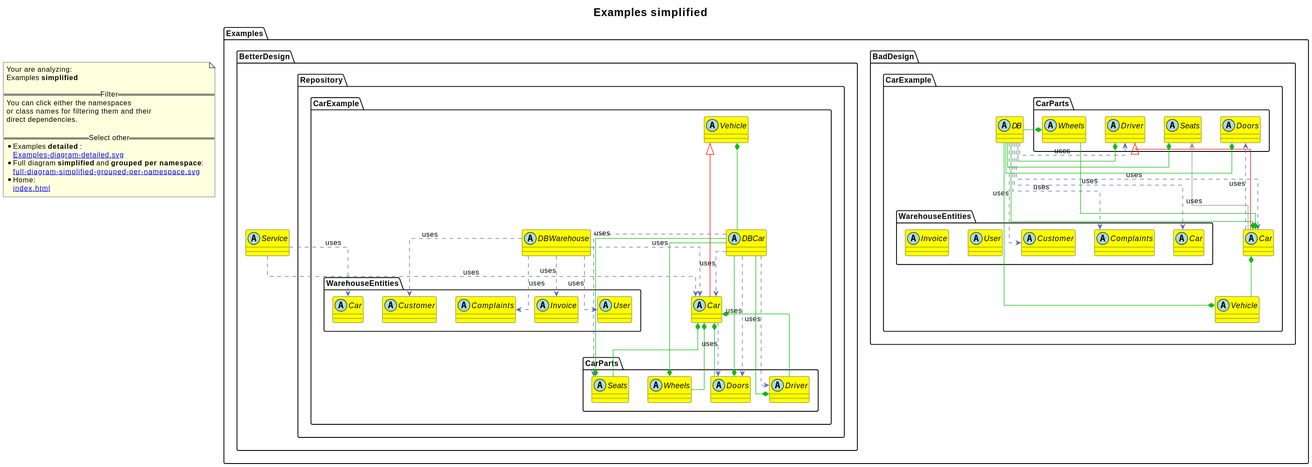
This is revenger-csharp-adapter.out/Examples-diagram-simplified.svg from 2BlackCoffees/revenger, a PlantUML export, as it was before one commit. The source it was exported from:
```plantuml
@startuml
skinparam linetype ortho
title <size:20>Examples **simplified** </size>
note "Your are analyzing:\nExamples **simplified** \n\n==Filter==\nYou can click either the namespaces \nor class names for filtering them and their\ndirect dependencies.\n\n==Select other==\n* Examples **detailed** :\n   [[Examples-diagram-detailed.svg]]\n* Full diagram **simplified** and **grouped per namespace**:\n   [[full-diagram-simplified-grouped-per-namespace.svg]]\n* Home:\n   [[index.html]]" as FloatingNote
    abstract class Examples.BadDesign.CarExample.DB [[Examples.BadDesign.CarExample.DB-diagram-simplified.svg]] #yellow {
    }
    abstract class Examples.BadDesign.CarExample.Car [[Examples.BadDesign.CarExample.Car-diagram-simplified.svg]] #yellow {
    }
    abstract class Examples.BadDesign.CarExample.Vehicle [[Examples.BadDesign.CarExample.Vehicle-diagram-simplified.svg]] #yellow {
    }
      abstract class Examples.BadDesign.CarExample.CarParts.Driver [[Examples.BadDesign.CarExample.CarParts.Driver-diagram-simplified.svg]] #yellow {
      }
      abstract class Examples.BadDesign.CarExample.CarParts.Wheels [[Examples.BadDesign.CarExample.CarParts.Wheels-diagram-simplified.svg]] #yellow {
      }
      abstract class Examples.BadDesign.CarExample.CarParts.Doors [[Examples.BadDesign.CarExample.CarParts.Doors-diagram-simplified.svg]] #yellow {
      }
      abstract class Examples.BadDesign.CarExample.CarParts.Seats [[Examples.BadDesign.CarExample.CarParts.Seats-diagram-simplified.svg]] #yellow {
      }
      abstract class Examples.BadDesign.CarExample.WarehouseEntities.Car [[Examples.BadDesign.CarExample.WarehouseEntities.Car-diagram-simplified.svg]] #yellow {
      }
      abstract class Examples.BadDesign.CarExample.WarehouseEntities.Complaints [[Examples.BadDesign.CarExample.WarehouseEntities.Complaints-diagram-simplified.svg]] #yellow {
      }
      abstract class Examples.BadDesign.CarExample.WarehouseEntities.Customer [[Examples.BadDesign.CarExample.WarehouseEntities.Customer-diagram-simplified.svg]] #yellow {
      }
      abstract class Examples.BadDesign.CarExample.WarehouseEntities.User [[Examples.BadDesign.CarExample.WarehouseEntities.User-diagram-simplified.svg]] #yellow {
      }
      abstract class Examples.BadDesign.CarExample.WarehouseEntities.Invoice [[Examples.BadDesign.CarExample.WarehouseEntities.Invoice-diagram-simplified.svg]] #yellow {
      }
  abstract class Examples.BetterDesign.Service [[Examples.BetterDesign.Service-diagram-simplified.svg]] #yellow {
  }
      abstract class Examples.BetterDesign.Repository.CarExample.Car [[Examples.BetterDesign.Repository.CarExample.Car-diagram-simplified.svg]] #yellow {
      }
      abstract class Examples.BetterDesign.Repository.CarExample.DBCar [[Examples.BetterDesign.Repository.CarExample.DBCar-diagram-simplified.svg]] #yellow {
      }
      abstract class Examples.BetterDesign.Repository.CarExample.DBWarehouse [[Examples.BetterDesign.Repository.CarExample.DBWarehouse-diagram-simplified.svg]] #yellow {
      }
      abstract class Examples.BetterDesign.Repository.CarExample.Vehicle [[Examples.BetterDesign.Repository.CarExample.Vehicle-diagram-simplified.svg]] #yellow {
      }
        abstract class Examples.BetterDesign.Repository.CarExample.CarParts.Driver [[Examples.BetterDesign.Repository.CarExample.CarParts.Driver-diagram-simplified.svg]] #yellow {
        }
        abstract class Examples.BetterDesign.Repository.CarExample.CarParts.Seats [[Examples.BetterDesign.Repository.CarExample.CarParts.Seats-diagram-simplified.svg]] #yellow {
        }
        abstract class Examples.BetterDesign.Repository.CarExample.CarParts.Doors [[Examples.BetterDesign.Repository.CarExample.CarParts.Doors-diagram-simplified.svg]] #yellow {
        }
        abstract class Examples.BetterDesign.Repository.CarExample.CarParts.Wheels [[Examples.BetterDesign.Repository.CarExample.CarParts.Wheels-diagram-simplified.svg]] #yellow {
        }
        abstract class Examples.BetterDesign.Repository.CarExample.WarehouseEntities.Car [[Examples.BetterDesign.Repository.CarExample.WarehouseEntities.Car-diagram-simplified.svg]] #yellow {
        }
        abstract class Examples.BetterDesign.Repository.CarExample.WarehouseEntities.Invoice [[Examples.BetterDesign.Repository.CarExample.WarehouseEntities.Invoice-diagram-simplified.svg]] #yellow {
        }
        abstract class Examples.BetterDesign.Repository.CarExample.WarehouseEntities.Complaints [[Examples.BetterDesign.Repository.CarExample.WarehouseEntities.Complaints-diagram-simplified.svg]] #yellow {
        }
        abstract class Examples.BetterDesign.Repository.CarExample.WarehouseEntities.Customer [[Examples.BetterDesign.Repository.CarExample.WarehouseEntities.Customer-diagram-simplified.svg]] #yellow {
        }
        abstract class Examples.BetterDesign.Repository.CarExample.WarehouseEntities.User [[Examples.BetterDesign.Repository.CarExample.WarehouseEntities.User-diagram-simplified.svg]] #yellow {
        }
Examples.BadDesign.CarExample.DB .[#6060BB].> Examples.BadDesign.CarExample.WarehouseEntities.Car  : uses
Examples.BadDesign.CarExample.DB .[#6060BB].> Examples.BadDesign.CarExample.WarehouseEntities.Complaints  : uses
Examples.BadDesign.CarExample.DB .[#6060BB].> Examples.BadDesign.CarExample.WarehouseEntities.Customer  : uses
Examples.BadDesign.CarExample.DB .[#6060BB].> Examples.BadDesign.CarExample.CarParts.Driver  : uses
Examples.BadDesign.CarExample.DB .[#6060BB].> Examples.BadDesign.CarExample.Car  : uses
Examples.BadDesign.CarExample.CarParts.Driver <|-[#red]- Examples.BadDesign.CarExample.Car
Examples.BadDesign.CarExample.Car *-[#10BB10]- Examples.BadDesign.CarExample.CarParts.Wheels
Examples.BadDesign.CarExample.Car *-[#10BB10]- Examples.BadDesign.CarExample.Vehicle
Examples.BadDesign.CarExample.Car *-[#10BB10]- Examples.BadDesign.CarExample.DB
Examples.BadDesign.CarExample.Car .[#6060BB].> Examples.BadDesign.CarExample.CarParts.Doors  : uses
Examples.BadDesign.CarExample.Car -[#909090]-> Examples.BadDesign.CarExample.CarParts.Seats  : uses
Examples.BadDesign.CarExample.Vehicle *-[#10BB10]- Examples.BadDesign.CarExample.DB
Examples.BadDesign.CarExample.CarParts.Driver *-[#10BB10]- Examples.BadDesign.CarExample.DB
Examples.BadDesign.CarExample.CarParts.Wheels *-[#10BB10]- Examples.BadDesign.CarExample.DB
Examples.BadDesign.CarExample.CarParts.Doors *-[#10BB10]- Examples.BadDesign.CarExample.DB
Examples.BadDesign.CarExample.CarParts.Seats *-[#10BB10]- Examples.BadDesign.CarExample.DB
Examples.BetterDesign.Service .[#6060BB].> Examples.BetterDesign.Repository.CarExample.Car  : uses
Examples.BetterDesign.Service .[#6060BB].> Examples.BetterDesign.Repository.CarExample.WarehouseEntities.Car  : uses
Examples.BetterDesign.Repository.CarExample.Vehicle <|-[#red]- Examples.BetterDesign.Repository.CarExample.Car
Examples.BetterDesign.Repository.CarExample.Car *-[#10BB10]- Examples.BetterDesign.Repository.CarExample.CarParts.Wheels
Examples.BetterDesign.Repository.CarExample.Car *-[#10BB10]- Examples.BetterDesign.Repository.CarExample.CarParts.Seats
Examples.BetterDesign.Repository.CarExample.Car *-[#10BB10]- Examples.BetterDesign.Repository.CarExample.CarParts.Driver
Examples.BetterDesign.Repository.CarExample.Car *-[#10BB10]- Examples.BetterDesign.Repository.CarExample.CarParts.Doors
Examples.BetterDesign.Repository.CarExample.Car .[#6060BB].> Examples.BetterDesign.Repository.CarExample.CarParts.Doors  : uses
Examples.BetterDesign.Repository.CarExample.DBCar .[#6060BB].> Examples.BetterDesign.Repository.CarExample.CarParts.Driver  : uses
Examples.BetterDesign.Repository.CarExample.DBCar .[#6060BB].> Examples.BetterDesign.Repository.CarExample.Car  : uses
Examples.BetterDesign.Repository.CarExample.DBCar .[#6060BB].> Examples.BetterDesign.Repository.CarExample.CarParts.Seats  : uses
Examples.BetterDesign.Repository.CarExample.DBCar .[#6060BB].> Examples.BetterDesign.Repository.CarExample.CarParts.Doors  : uses
Examples.BetterDesign.Repository.CarExample.DBWarehouse .[#6060BB].> Examples.BetterDesign.Repository.CarExample.WarehouseEntities.Invoice  : uses
Examples.BetterDesign.Repository.CarExample.DBWarehouse .[#6060BB].> Examples.BetterDesign.Repository.CarExample.WarehouseEntities.Complaints  : uses
Examples.BetterDesign.Repository.CarExample.DBWarehouse .[#6060BB].> Examples.BetterDesign.Repository.CarExample.WarehouseEntities.Customer  : uses
Examples.BetterDesign.Repository.CarExample.DBWarehouse .[#6060BB].> Examples.BetterDesign.Repository.CarExample.Car  : uses
Examples.BetterDesign.Repository.CarExample.DBWarehouse .[#6060BB].> Examples.BetterDesign.Repository.CarExample.WarehouseEntities.User  : uses
Examples.BetterDesign.Repository.CarExample.Vehicle *-[#10BB10]- Examples.BetterDesign.Repository.CarExample.DBCar
Examples.BetterDesign.Repository.CarExample.CarParts.Driver *-[#10BB10]- Examples.BetterDesign.Repository.CarExample.DBCar
Examples.BetterDesign.Repository.CarExample.CarParts.Seats *-[#10BB10]- Examples.BetterDesign.Repository.CarExample.DBCar
Examples.BetterDesign.Repository.CarExample.CarParts.Doors *-[#10BB10]- Examples.BetterDesign.Repository.CarExample.DBCar
Examples.BetterDesign.Repository.CarExample.CarParts.Wheels *-[#10BB10]- Examples.BetterDesign.Repository.CarExample.DBCar
@enduml
```
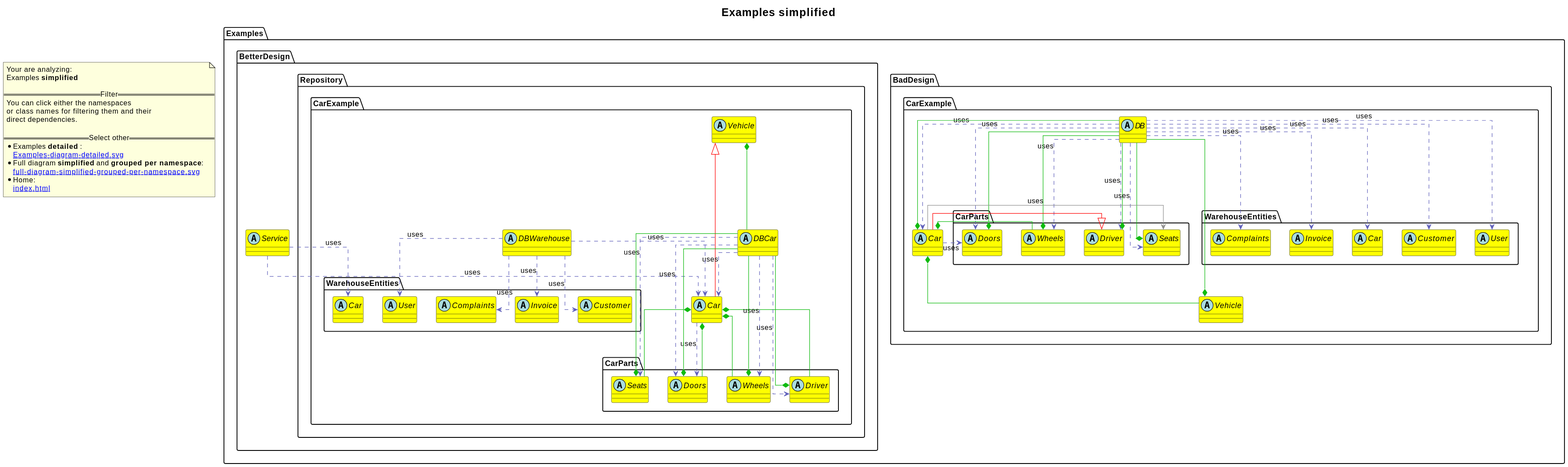
After the commit.

Change to the diagram source:
```diff
@@ -16,15 +16,15 @@
       }
       abstract class Examples.BadDesign.CarExample.CarParts.Seats [[Examples.BadDesign.CarExample.CarParts.Seats-diagram-simplified.svg]] #yellow {
       }
-      abstract class Examples.BadDesign.CarExample.WarehouseEntities.Car [[Examples.BadDesign.CarExample.WarehouseEntities.Car-diagram-simplified.svg]] #yellow {
-      }
-      abstract class Examples.BadDesign.CarExample.WarehouseEntities.Complaints [[Examples.BadDesign.CarExample.WarehouseEntities.Complaints-diagram-simplified.svg]] #yellow {
+      abstract class Examples.BadDesign.CarExample.WarehouseEntities.User [[Examples.BadDesign.CarExample.WarehouseEntities.User-diagram-simplified.svg]] #yellow {
       }
       abstract class Examples.BadDesign.CarExample.WarehouseEntities.Customer [[Examples.BadDesign.CarExample.WarehouseEntities.Customer-diagram-simplified.svg]] #yellow {
       }
-      abstract class Examples.BadDesign.CarExample.WarehouseEntities.User [[Examples.BadDesign.CarExample.WarehouseEntities.User-diagram-simplified.svg]] #yellow {
+      abstract class Examples.BadDesign.CarExample.WarehouseEntities.Car [[Examples.BadDesign.CarExample.WarehouseEntities.Car-diagram-simplified.svg]] #yellow {
       }
       abstract class Examples.BadDesign.CarExample.WarehouseEntities.Invoice [[Examples.BadDesign.CarExample.WarehouseEntities.Invoice-diagram-simplified.svg]] #yellow {
+      }
+      abstract class Examples.BadDesign.CarExample.WarehouseEntities.Complaints [[Examples.BadDesign.CarExample.WarehouseEntities.Complaints-diagram-simplified.svg]] #yellow {
       }
   abstract class Examples.BetterDesign.Service [[Examples.BetterDesign.Service-diagram-simplified.svg]] #yellow {
   }
@@ -46,19 +46,24 @@
         }
         abstract class Examples.BetterDesign.Repository.CarExample.WarehouseEntities.Car [[Examples.BetterDesign.Repository.CarExample.WarehouseEntities.Car-diagram-simplified.svg]] #yellow {
         }
+        abstract class Examples.BetterDesign.Repository.CarExample.WarehouseEntities.Customer [[Examples.BetterDesign.Repository.CarExample.WarehouseEntities.Customer-diagram-simplified.svg]] #yellow {
+        }
         abstract class Examples.BetterDesign.Repository.CarExample.WarehouseEntities.Invoice [[Examples.BetterDesign.Repository.CarExample.WarehouseEntities.Invoice-diagram-simplified.svg]] #yellow {
         }
         abstract class Examples.BetterDesign.Repository.CarExample.WarehouseEntities.Complaints [[Examples.BetterDesign.Repository.CarExample.WarehouseEntities.Complaints-diagram-simplified.svg]] #yellow {
         }
-        abstract class Examples.BetterDesign.Repository.CarExample.WarehouseEntities.Customer [[Examples.BetterDesign.Repository.CarExample.WarehouseEntities.Customer-diagram-simplified.svg]] #yellow {
-        }
         abstract class Examples.BetterDesign.Repository.CarExample.WarehouseEntities.User [[Examples.BetterDesign.Repository.CarExample.WarehouseEntities.User-diagram-simplified.svg]] #yellow {
         }
+Examples.BadDesign.CarExample.DB .[#6060BB].> Examples.BadDesign.CarExample.WarehouseEntities.User  : uses
+Examples.BadDesign.CarExample.DB .[#6060BB].> Examples.BadDesign.CarExample.WarehouseEntities.Customer  : uses
 Examples.BadDesign.CarExample.DB .[#6060BB].> Examples.BadDesign.CarExample.WarehouseEntities.Car  : uses
+Examples.BadDesign.CarExample.DB .[#6060BB].> Examples.BadDesign.CarExample.WarehouseEntities.Invoice  : uses
 Examples.BadDesign.CarExample.DB .[#6060BB].> Examples.BadDesign.CarExample.WarehouseEntities.Complaints  : uses
-Examples.BadDesign.CarExample.DB .[#6060BB].> Examples.BadDesign.CarExample.WarehouseEntities.Customer  : uses
+Examples.BadDesign.CarExample.DB .[#6060BB].> Examples.BadDesign.CarExample.Car  : uses
 Examples.BadDesign.CarExample.DB .[#6060BB].> Examples.BadDesign.CarExample.CarParts.Driver  : uses
-Examples.BadDesign.CarExample.DB .[#6060BB].> Examples.BadDesign.CarExample.Car  : uses
+Examples.BadDesign.CarExample.DB .[#6060BB].> Examples.BadDesign.CarExample.CarParts.Wheels  : uses
+Examples.BadDesign.CarExample.DB .[#6060BB].> Examples.BadDesign.CarExample.CarParts.Doors  : uses
+Examples.BadDesign.CarExample.DB .[#6060BB].> Examples.BadDesign.CarExample.CarParts.Seats  : uses
 Examples.BadDesign.CarExample.CarParts.Driver <|-[#red]- Examples.BadDesign.CarExample.Car
 Examples.BadDesign.CarExample.Car *-[#10BB10]- Examples.BadDesign.CarExample.CarParts.Wheels
 Examples.BadDesign.CarExample.Car *-[#10BB10]- Examples.BadDesign.CarExample.Vehicle
@@ -70,8 +75,8 @@
 Examples.BadDesign.CarExample.CarParts.Wheels *-[#10BB10]- Examples.BadDesign.CarExample.DB
 Examples.BadDesign.CarExample.CarParts.Doors *-[#10BB10]- Examples.BadDesign.CarExample.DB
 Examples.BadDesign.CarExample.CarParts.Seats *-[#10BB10]- Examples.BadDesign.CarExample.DB
+Examples.BetterDesign.Service .[#6060BB].> Examples.BetterDesign.Repository.CarExample.WarehouseEntities.Car  : uses
 Examples.BetterDesign.Service .[#6060BB].> Examples.BetterDesign.Repository.CarExample.Car  : uses
-Examples.BetterDesign.Service .[#6060BB].> Examples.BetterDesign.Repository.CarExample.WarehouseEntities.Car  : uses
 Examples.BetterDesign.Repository.CarExample.Vehicle <|-[#red]- Examples.BetterDesign.Repository.CarExample.Car
 Examples.BetterDesign.Repository.CarExample.Car *-[#10BB10]- Examples.BetterDesign.Repository.CarExample.CarParts.Wheels
 Examples.BetterDesign.Repository.CarExample.Car *-[#10BB10]- Examples.BetterDesign.Repository.CarExample.CarParts.Seats
@@ -82,10 +87,11 @@
 Examples.BetterDesign.Repository.CarExample.DBCar .[#6060BB].> Examples.BetterDesign.Repository.CarExample.Car  : uses
 Examples.BetterDesign.Repository.CarExample.DBCar .[#6060BB].> Examples.BetterDesign.Repository.CarExample.CarParts.Seats  : uses
 Examples.BetterDesign.Repository.CarExample.DBCar .[#6060BB].> Examples.BetterDesign.Repository.CarExample.CarParts.Doors  : uses
+Examples.BetterDesign.Repository.CarExample.DBCar .[#6060BB].> Examples.BetterDesign.Repository.CarExample.CarParts.Wheels  : uses
+Examples.BetterDesign.Repository.CarExample.DBWarehouse .[#6060BB].> Examples.BetterDesign.Repository.CarExample.WarehouseEntities.Customer  : uses
 Examples.BetterDesign.Repository.CarExample.DBWarehouse .[#6060BB].> Examples.BetterDesign.Repository.CarExample.WarehouseEntities.Invoice  : uses
+Examples.BetterDesign.Repository.CarExample.DBWarehouse .[#6060BB].> Examples.BetterDesign.Repository.CarExample.Car  : uses
 Examples.BetterDesign.Repository.CarExample.DBWarehouse .[#6060BB].> Examples.BetterDesign.Repository.CarExample.WarehouseEntities.Complaints  : uses
-Examples.BetterDesign.Repository.CarExample.DBWarehouse .[#6060BB].> Examples.BetterDesign.Repository.CarExample.WarehouseEntities.Customer  : uses
-Examples.BetterDesign.Repository.CarExample.DBWarehouse .[#6060BB].> Examples.BetterDesign.Repository.CarExample.Car  : uses
 Examples.BetterDesign.Repository.CarExample.DBWarehouse .[#6060BB].> Examples.BetterDesign.Repository.CarExample.WarehouseEntities.User  : uses
 Examples.BetterDesign.Repository.CarExample.Vehicle *-[#10BB10]- Examples.BetterDesign.Repository.CarExample.DBCar
 Examples.BetterDesign.Repository.CarExample.CarParts.Driver *-[#10BB10]- Examples.BetterDesign.Repository.CarExample.DBCar
```
